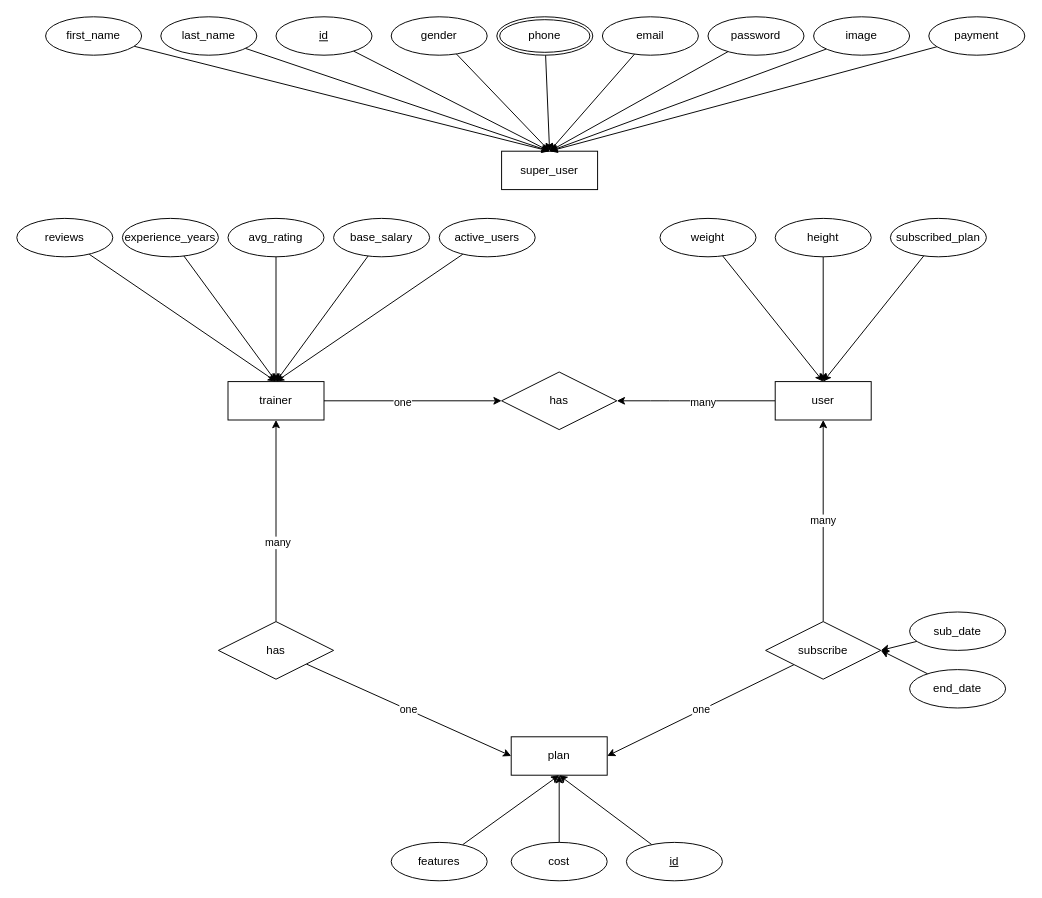
Jhinior/FitRealm keeps this draw.io diagram as schema.drawio. Above is the earlier version. Source tidied: cells renumbered, new cells numbered last; positions are measured from the earlier drawing's top-left corner, leaving out a move shared by most shapes. Both pictures are drawn from the tidied source at 96%, with x=0, y=0 at pixel (16, 16).
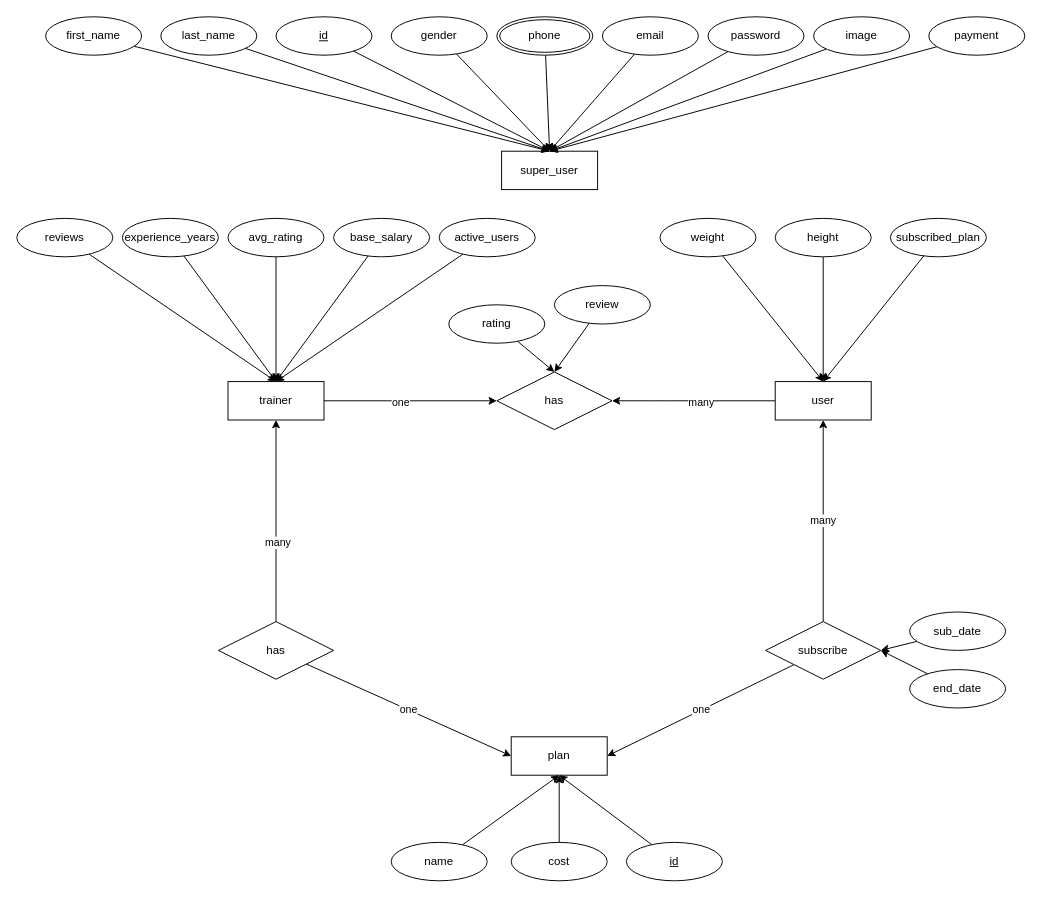
After the change.

Diff of the diagram source:
```diff
@@
-    <mxCell id="43" value="features" style="ellipse;whiteSpace=wrap;html=1;align=center;" parent="1" vertex="1">
+    <mxCell id="43" value="name" style="ellipse;whiteSpace=wrap;html=1;align=center;" parent="1" vertex="1">
       <mxGeometry x="390" y="860" width="100" height="40" as="geometry" />
     </mxCell>
@@
     <mxCell id="50" value="has" style="shape=rhombus;perimeter=rhombusPerimeter;whiteSpace=wrap;html=1;align=center;" parent="1" vertex="1">
-      <mxGeometry x="505" y="370" width="120" height="60" as="geometry" />
+      <mxGeometry x="500" y="370" width="120" height="60" as="geometry" />
     </mxCell>
@@
+    <mxCell id="62" style="edgeStyle=none;html=1;entryX=0.5;entryY=0;entryDx=0;entryDy=0;" parent="1" edge="1" source="63" target="50">
+      <mxGeometry relative="1" as="geometry" />
+    </mxCell>
+    <mxCell id="63" value="rating" style="ellipse;whiteSpace=wrap;html=1;align=center;" parent="1" vertex="1">
+      <mxGeometry x="450" y="300" width="100" height="40" as="geometry" />
+    </mxCell>
+    <mxCell id="64" style="edgeStyle=none;html=1;entryX=0.5;entryY=0;entryDx=0;entryDy=0;" parent="1" edge="1" source="65" target="50">
+      <mxGeometry relative="1" as="geometry" />
+    </mxCell>
+    <mxCell id="65" value="review" style="ellipse;whiteSpace=wrap;html=1;align=center;" parent="1" vertex="1">
+      <mxGeometry x="560" y="280" width="100" height="40" as="geometry" />
+    </mxCell>
```
